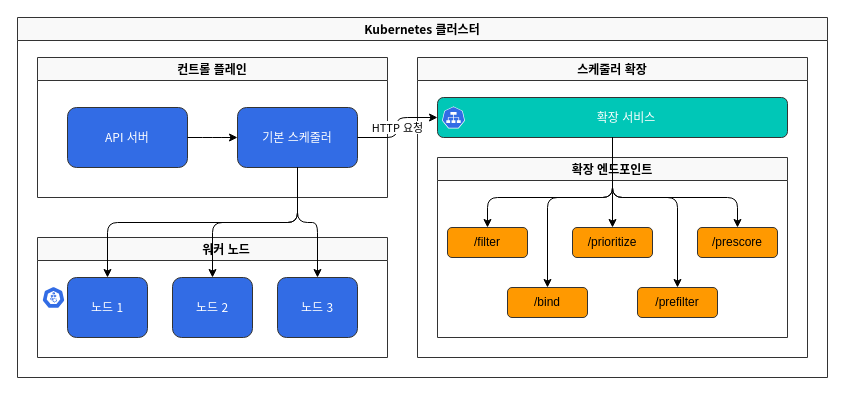
This is assets/generated-diagrams/scheduler_extender_architecture.drawio from Atom-oh/kubernetes-docs, a draw.io file, before an edit. Source tidied: cells renumbered, new cells numbered last; positions are measured from the earlier drawing's top-left corner, leaving out a move shared by most shapes. Both pictures are drawn from the tidied source at 100%, with x=0, y=0 at pixel (17, 17).
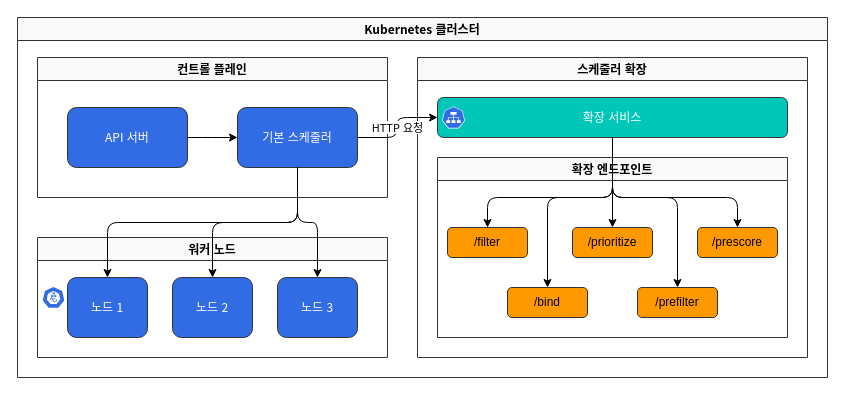
After the change.

Unchanged cells that the change refers to:
```xml
<mxCell id="2" value="Kubernetes 클러스터" style="swimlane;whiteSpace=wrap;html=1;fillColor=#f9f9f9;strokeColor=#333333;strokeWidth=1;fontSize=12;fontFamily=Noto Sans CJK KR;" parent="1" vertex="1">
  <mxGeometry width="810" height="360" as="geometry" />
</mxCell>
<mxCell id="6" value="스케줄러 확장" style="swimlane;whiteSpace=wrap;html=1;fillColor=#f9f9f9;strokeColor=#333333;strokeWidth=1;fontSize=12;fontFamily=Noto Sans CJK KR;" parent="2" vertex="1">
  <mxGeometry x="400" y="40" width="390" height="300" as="geometry" />
</mxCell>
```

Change to the diagram source:
```diff
@@
-    <mxCell id="7" value="확장 서비스" style="rounded=1;whiteSpace=wrap;html=1;fillColor=#00C7B7;strokeColor=#333333;strokeWidth=1;fontColor=#FFFFFF;fontSize=12;fontFamily=Noto Sans CJK KR;spacingLeft=28;" parent="6" vertex="1">
+    <mxCell id="7" value="확장 서비스" style="rounded=1;whiteSpace=wrap;html=1;fillColor=#00C7B7;strokeColor=#333333;strokeWidth=1;fontColor=#FFFFFF;fontSize=12;fontFamily=Noto Sans CJK KR;" parent="6" vertex="1">
       <mxGeometry x="20" y="40" width="350" height="40" as="geometry" />
     </mxCell>
@@
-    <mxCell id="14" value="워커 노드" style="swimlane;whiteSpace=wrap;html=1;fillColor=#f9f9f9;strokeColor=#333333;strokeWidth=1;fontSize=12;fontFamily=Noto Sans CJK KR;spacingLeft=28;" parent="2" vertex="1">
+    <mxCell id="14" value="워커 노드" style="swimlane;whiteSpace=wrap;html=1;fillColor=#f9f9f9;strokeColor=#333333;strokeWidth=1;fontSize=12;fontFamily=Noto Sans CJK KR;" parent="2" vertex="1">
       <mxGeometry x="20" y="220" width="350" height="120" as="geometry" />
     </mxCell>
```
